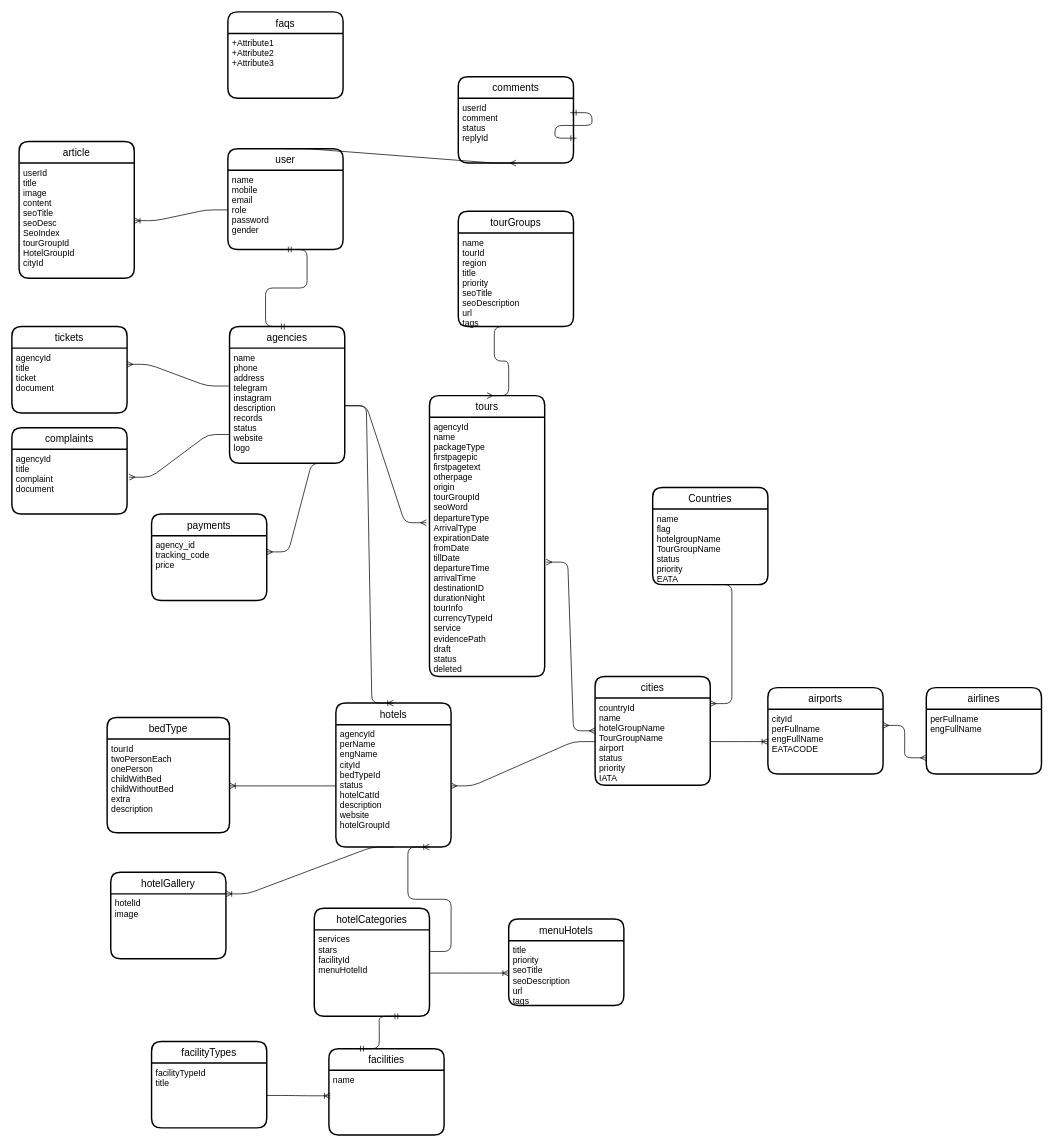
hamedhsm73/gitProject keeps this draw.io diagram as Untitled Diagram.drawio. Above is the earlier version. Source tidied: cells renumbered, new cells numbered last; positions are measured from the earlier drawing's top-left corner, leaving out a move shared by most shapes. Both pictures are drawn from the tidied source at 72%, with x=0, y=0 at pixel (12, 12).
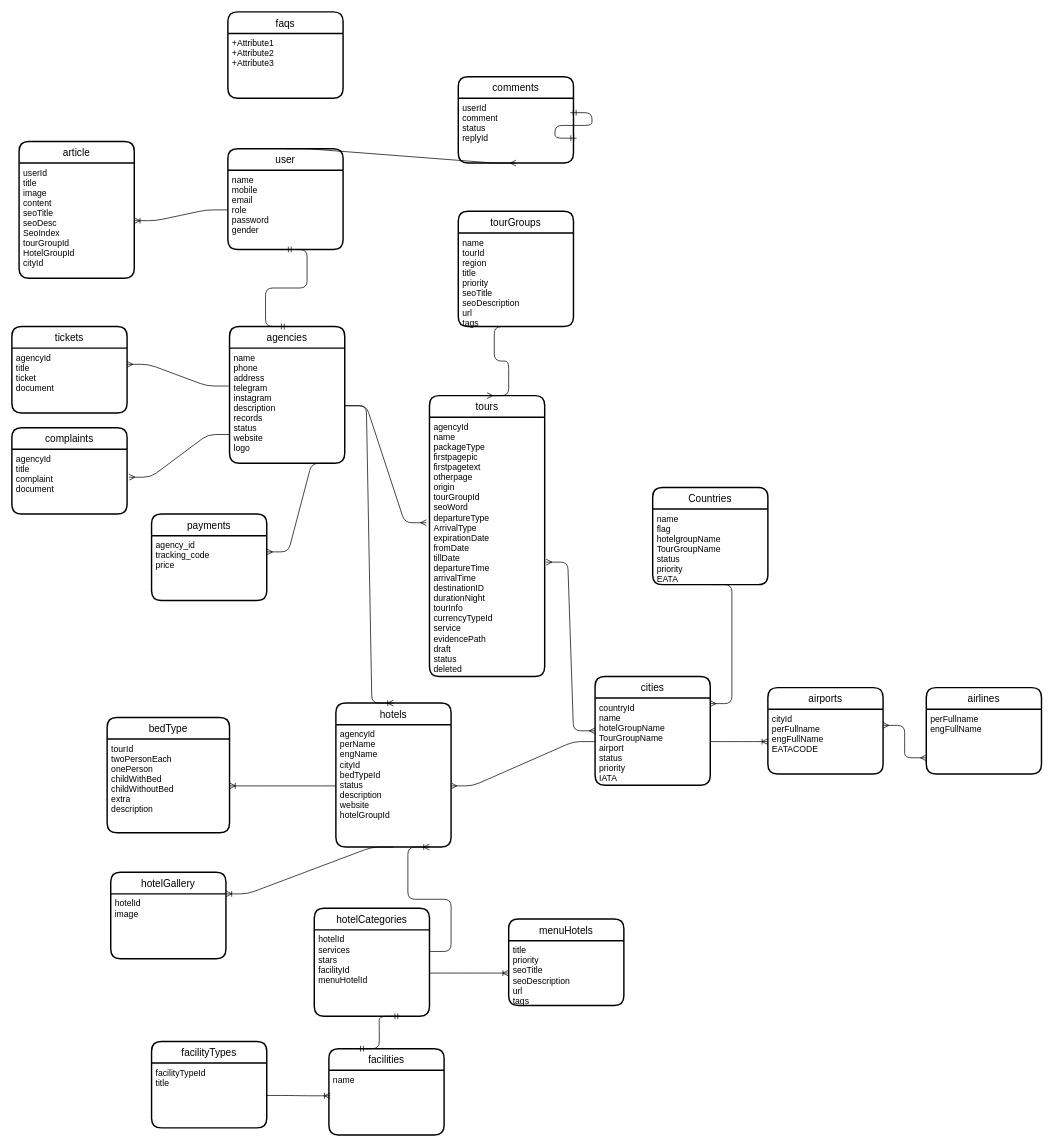
Above is the later version.

Unchanged cells that the change refers to:
```xml
<mxCell id="28" value="hotels" style="swimlane;horizontal=1;startSize=30;rounded=1;fontSize=14;fontStyle=0;strokeWidth=2;shadow=0;dashed=0;align=center;" parent="1" vertex="1">
  <mxGeometry x="450" y="960" width="160" height="200" as="geometry" />
</mxCell>
<mxCell id="32" value="hotelCategories" style="swimlane;horizontal=1;startSize=30;rounded=1;fontSize=14;fontStyle=0;strokeWidth=2;shadow=0;dashed=0;align=center;" parent="1" vertex="1">
  <mxGeometry x="420" y="1245" width="160" height="150" as="geometry" />
</mxCell>
```

Diff of the diagram source:
```diff
@@
-    <mxCell id="29" value="agencyId&#10;perName&#10;engName&#10;cityId&#10;bedTypeId&#10;status&#10;hotelCatId&#10;description&#10;website&#10;hotelGroupId" style="align=left;strokeColor=none;fillColor=none;spacingLeft=4;fontSize=12;verticalAlign=top;" parent="28" vertex="1">
+    <mxCell id="29" value="agencyId&#10;perName&#10;engName&#10;cityId&#10;bedTypeId&#10;status&#10;description&#10;website&#10;hotelGroupId" style="align=left;strokeColor=none;fillColor=none;spacingLeft=4;fontSize=12;verticalAlign=top;" parent="28" vertex="1">
       <mxGeometry y="30" width="160" height="170" as="geometry" />
     </mxCell>
@@
-    <mxCell id="33" value="services&#10;stars&#10;facilityId&#10;menuHotelId" style="align=left;strokeColor=none;fillColor=none;spacingLeft=4;fontSize=12;verticalAlign=top;" parent="32" vertex="1">
+    <mxCell id="33" value="hotelId&#10;services&#10;stars&#10;facilityId&#10;menuHotelId" style="align=left;strokeColor=none;fillColor=none;spacingLeft=4;fontSize=12;verticalAlign=top;" parent="32" vertex="1">
       <mxGeometry y="30" width="160" height="120" as="geometry" />
     </mxCell>
```
